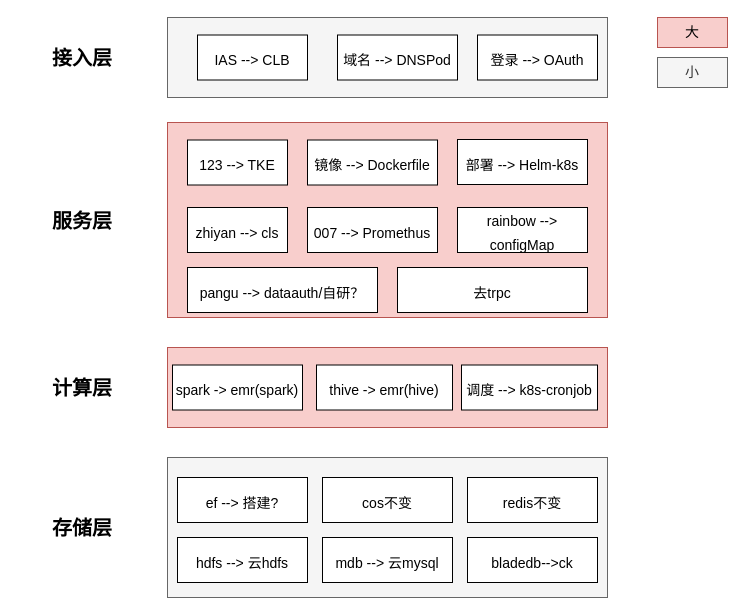
This is tx-cloud-native.drawio from learn2Pro/draw_io_save, a draw.io file, before an edit. Source tidied: cells renumbered, new cells numbered last; positions are measured from the earlier drawing's top-left corner, leaving out a move shared by most shapes. Both pictures are drawn from the tidied source at 100%, with x=0, y=0 at pixel (17, 17).
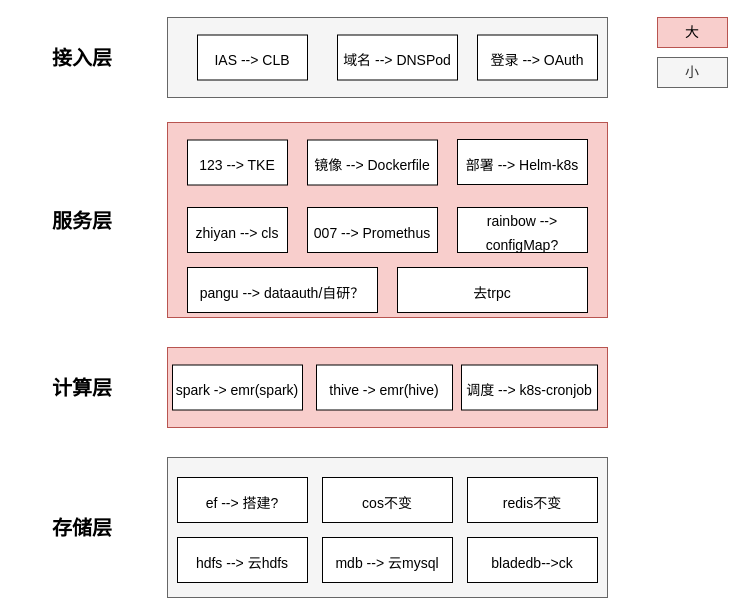
Above is the later version.

Change to the diagram source:
```diff
@@
-    <mxCell id="13" value="&lt;font style=&quot;font-size: 14px;&quot; color=&quot;#000000&quot;&gt;rainbow --&amp;gt; configMap&lt;/font&gt;" style="rounded=0;whiteSpace=wrap;html=1;fontSize=20;fontColor=#FFCCCC;" parent="1" vertex="1">
+    <mxCell id="13" value="&lt;font style=&quot;font-size: 14px;&quot; color=&quot;#000000&quot;&gt;rainbow --&amp;gt; configMap?&lt;/font&gt;" style="rounded=0;whiteSpace=wrap;html=1;fontSize=20;fontColor=#FFCCCC;" parent="1" vertex="1">
       <mxGeometry x="440" y="190" width="130" height="45" as="geometry" />
     </mxCell>
```
